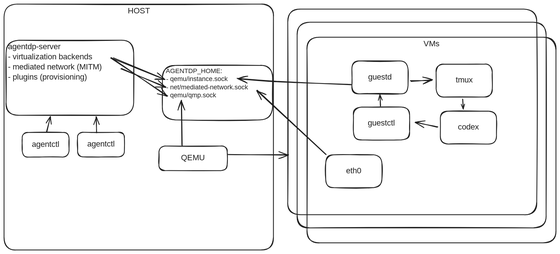
This is docs/diagram.excalidraw.svg from martinothamar/agentdp, a Excalidraw export, as it was before one commit. Source tidied: one line per element, renumbered; positions are measured from the earlier drawing's top-left corner, leaving out a move shared by most shapes. Source of this version:
```json
{"id": 0, "type": "rectangle", "strokeColor": "#1e1e1e", "strokeWidth": 2, "roughness": 1, "round": true, "x": 0, "y": 0, "width": 667, "height": 609}
{"id": 1, "type": "text", "text": "HOST", "strokeColor": "#1e1e1e", "strokeWidth": 2, "roughness": 1, "fontSize": 20, "fontFamily": 5, "textAlign": "center", "inside": 0, "x": 305, "y": 5, "width": 56, "height": 25}
{"id": 2, "type": "rectangle", "strokeColor": "#1e1e1e", "strokeWidth": 2, "roughness": 1, "round": true, "x": 702, "y": 12, "width": 616, "height": 509}
{"id": 3, "type": "rectangle", "strokeColor": "#1e1e1e", "strokeWidth": 2, "roughness": 1, "round": true, "x": 750, "y": 82, "width": 616, "height": 509}
{"id": 4, "type": "text", "text": "VMs", "strokeColor": "#1e1e1e", "strokeWidth": 2, "roughness": 1, "fontSize": 20, "fontFamily": 5, "textAlign": "center", "inside": 3, "x": 1039, "y": 87, "width": 38, "height": 25}
{"id": 5, "type": "rectangle", "strokeColor": "#1e1e1e", "strokeWidth": 2, "roughness": 1, "round": true, "x": 726, "y": 45, "width": 616, "height": 509}
{"id": 6, "type": "rectangle", "strokeColor": "#1e1e1e", "strokeWidth": 2, "roughness": 1, "round": true, "x": 45, "y": 318, "width": 116, "height": 61}
{"id": 7, "type": "text", "text": "agentctl", "strokeColor": "#1e1e1e", "strokeWidth": 2, "roughness": 1, "fontSize": 20, "fontFamily": 5, "textAlign": "center", "verticalAlign": "middle", "inside": 6, "x": 63, "y": 336, "width": 81, "height": 25}
{"id": 8, "type": "rectangle", "strokeColor": "#1e1e1e", "strokeWidth": 2, "roughness": 1, "round": true, "x": 5, "y": 90, "width": 316, "height": 186}
{"id": 9, "type": "text", "text": "agentdp-server\n- virtualization backends\n- mediated network (MITM)\n- plugins (provisioning)", "strokeColor": "#1e1e1e", "strokeWidth": 2, "roughness": 1, "fontSize": 20, "fontFamily": 5, "inside": 8, "x": 10, "y": 94, "width": 270, "height": 100}
{"id": 10, "type": "rectangle", "strokeColor": "#1e1e1e", "strokeWidth": 2, "roughness": 1, "round": true, "x": 384, "y": 352, "width": 169, "height": 61}
{"id": 11, "type": "text", "text": "QEMU", "strokeColor": "#1e1e1e", "strokeWidth": 2, "roughness": 1, "fontSize": 20, "fontFamily": 5, "textAlign": "center", "verticalAlign": "middle", "inside": 10, "x": 438, "y": 370, "width": 59, "height": 25}
{"id": 12, "type": "rectangle", "strokeColor": "#1e1e1e", "strokeWidth": 2, "roughness": 1, "round": true, "x": 392, "y": 152, "width": 273, "height": 135}
{"id": 13, "type": "text", "text": " AGENTDP_HOME:\n - qemu/instance.sock \n - net/mediated-network.sock\n - qemu/qmp.sock", "strokeColor": "#1e1e1e", "strokeWidth": 2, "roughness": 1, "fontSize": 16, "fontFamily": 5, "inside": 12, "x": 397, "y": 157, "width": 231, "height": 80}
{"id": 14, "type": "rectangle", "strokeColor": "#1e1e1e", "strokeWidth": 2, "roughness": 1, "round": true, "x": 861, "y": 141, "width": 139, "height": 81}
{"id": 15, "type": "text", "text": "guestd", "strokeColor": "#1e1e1e", "strokeWidth": 2, "roughness": 1, "fontSize": 20, "fontFamily": 5, "textAlign": "center", "verticalAlign": "middle", "inside": 14, "x": 897, "y": 169, "width": 67, "height": 25}
{"id": 16, "type": "rectangle", "strokeColor": "#1e1e1e", "strokeWidth": 2, "roughness": 1, "round": true, "x": 865, "y": 255, "width": 139, "height": 81}
{"id": 17, "type": "text", "text": "guestctl", "strokeColor": "#1e1e1e", "strokeWidth": 2, "roughness": 1, "fontSize": 20, "fontFamily": 5, "textAlign": "center", "verticalAlign": "middle", "inside": 16, "x": 894, "y": 283, "width": 80, "height": 25}
{"id": 18, "type": "rectangle", "strokeColor": "#1e1e1e", "strokeWidth": 2, "roughness": 1, "round": true, "x": 1070, "y": 149, "width": 139, "height": 81}
{"id": 19, "type": "text", "text": "tmux", "strokeColor": "#1e1e1e", "strokeWidth": 2, "roughness": 1, "fontSize": 20, "fontFamily": 5, "textAlign": "center", "verticalAlign": "middle", "inside": 18, "x": 1116, "y": 177, "width": 47, "height": 25}
{"id": 20, "type": "rectangle", "strokeColor": "#1e1e1e", "strokeWidth": 2, "roughness": 1, "round": true, "x": 1080, "y": 265, "width": 139, "height": 81}
{"id": 21, "type": "text", "text": "codex", "strokeColor": "#1e1e1e", "strokeWidth": 2, "roughness": 1, "fontSize": 20, "fontFamily": 5, "textAlign": "center", "verticalAlign": "middle", "inside": 20, "x": 1121, "y": 293, "width": 57, "height": 25}
{"id": 22, "type": "arrow", "strokeColor": "#1e1e1e", "strokeWidth": 2, "roughness": 1, "endArrowhead": "arrow", "round": true, "from": 16, "to": 14, "x": 932, "y": 253, "width": 1, "height": 28, "points": [[0, 0], [-1, -28]]}
{"id": 23, "type": "arrow", "strokeColor": "#1e1e1e", "strokeWidth": 2, "roughness": 1, "endArrowhead": "arrow", "round": true, "from": 20, "to": 16, "x": 1074, "y": 305, "width": 55, "height": 12, "points": [[0, 0], [-55, -12]]}
{"id": 24, "type": "arrow", "strokeColor": "#1e1e1e", "strokeWidth": 2, "roughness": 1, "endArrowhead": "arrow", "round": true, "from": 14, "x": 860, "y": 200, "width": 282, "height": 16, "points": [[0, 0], [-179, -8], [-282, -16]]}
{"id": 25, "type": "arrow", "strokeColor": "#1e1e1e", "strokeWidth": 2, "roughness": 1, "endArrowhead": "arrow", "round": true, "from": 33, "x": 797, "y": 372, "width": 170, "height": 158, "points": [[0, 0], [-170, -158]]}
{"id": 26, "type": "arrow", "strokeColor": "#1e1e1e", "strokeWidth": 2, "roughness": 1, "endArrowhead": "arrow", "round": true, "to": 12, "x": 270, "y": 134, "width": 128, "height": 52, "points": [[0, 0], [128, 52]]}
{"id": 27, "type": "arrow", "strokeColor": "#1e1e1e", "strokeWidth": 2, "roughness": 1, "endArrowhead": "arrow", "round": true, "from": 8, "to": 12, "x": 290, "y": 160, "width": 110, "height": 46, "points": [[0, 0], [110, 46]]}
{"id": 28, "type": "arrow", "strokeColor": "#1e1e1e", "strokeWidth": 2, "roughness": 1, "endArrowhead": "arrow", "round": true, "to": 12, "x": 265, "y": 134, "width": 140, "height": 94, "points": [[0, 0], [140, 94]]}
{"id": 29, "type": "arrow", "strokeColor": "#1e1e1e", "strokeWidth": 2, "roughness": 1, "endArrowhead": "arrow", "round": true, "from": 18, "to": 20, "x": 1135, "y": 236, "width": 2, "height": 24, "points": [[0, 0], [2, 24]]}
{"id": 30, "type": "arrow", "strokeColor": "#1e1e1e", "strokeWidth": 2, "roughness": 1, "endArrowhead": "arrow", "round": true, "from": 14, "to": 18, "x": 1006, "y": 191, "width": 53, "height": 1, "points": [[0, 0], [53, -1]]}
{"id": 31, "type": "arrow", "strokeColor": "#1e1e1e", "strokeWidth": 2, "roughness": 1, "endArrowhead": "arrow", "round": true, "from": 10, "x": 440, "y": 351, "width": 1, "height": 112, "points": [[0, 0], [-1, -112]]}
{"id": 32, "type": "arrow", "strokeColor": "#1e1e1e", "strokeWidth": 2, "roughness": 1, "endArrowhead": "arrow", "round": true, "from": 10, "to": 5, "x": 556, "y": 372, "width": 148, "height": 1, "points": [[0, 0], [148, 1]]}
{"id": 33, "type": "rectangle", "strokeColor": "#1e1e1e", "strokeWidth": 2, "roughness": 1, "round": true, "x": 796, "y": 373, "width": 139, "height": 81}
{"id": 34, "type": "text", "text": "eth0", "strokeColor": "#1e1e1e", "strokeWidth": 2, "roughness": 1, "fontSize": 20, "fontFamily": 5, "textAlign": "center", "verticalAlign": "middle", "inside": 33, "x": 843, "y": 402, "width": 46, "height": 25}
{"id": 35, "type": "arrow", "strokeColor": "#1e1e1e", "strokeWidth": 2, "roughness": 1, "endArrowhead": "arrow", "round": true, "from": 6, "to": 8, "x": 105, "y": 316, "width": 10, "height": 37, "points": [[0, 0], [10, -37]]}
{"id": 36, "type": "rectangle", "strokeColor": "#1e1e1e", "strokeWidth": 2, "roughness": 1, "round": true, "x": 182, "y": 318, "width": 116, "height": 61}
{"id": 37, "type": "text", "text": "agentctl", "strokeColor": "#1e1e1e", "strokeWidth": 2, "roughness": 1, "fontSize": 20, "fontFamily": 5, "textAlign": "center", "verticalAlign": "middle", "inside": 36, "x": 200, "y": 336, "width": 81, "height": 25}
{"id": 38, "type": "arrow", "strokeColor": "#1e1e1e", "strokeWidth": 2, "roughness": 1, "endArrowhead": "arrow", "round": true, "from": 36, "to": 8, "x": 229, "y": 319, "width": 1, "height": 40, "points": [[0, 0], [-1, -40]]}
```
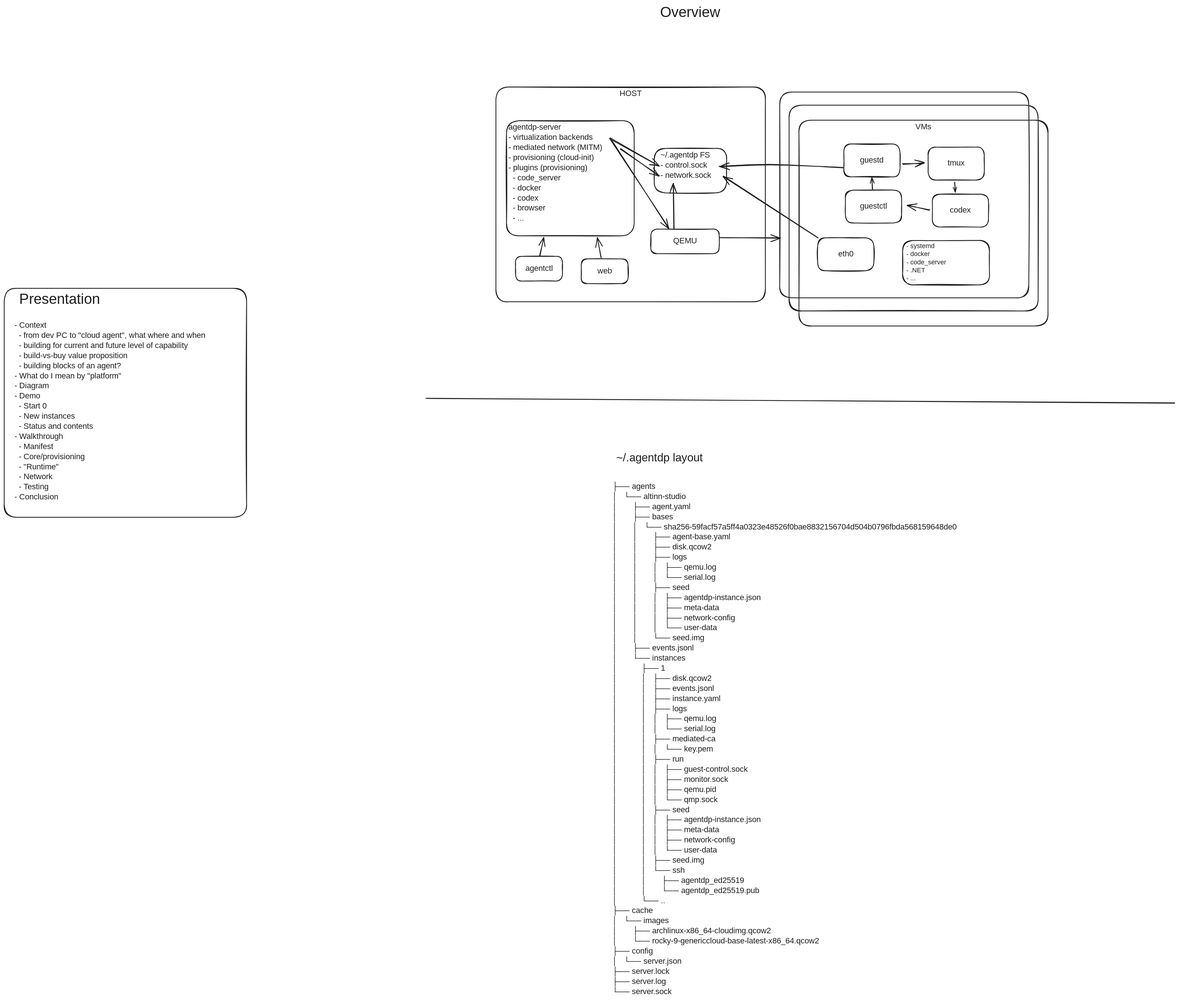
After the commit.

The edit, as a diff of the source:
```diff
@@ -1,17 +1,17 @@
-{"id": 0, "type": "rectangle", "strokeColor": "#1e1e1e", "strokeWidth": 2, "roughness": 1, "round": true, "x": 0, "y": 0, "width": 667, "height": 609}
+{"id": 0, "type": "rectangle", "strokeColor": "#1e1e1e", "strokeWidth": 2, "roughness": 1, "round": true, "x": 0, "y": 0, "width": 667, "height": 532}
 {"id": 1, "type": "text", "text": "HOST", "strokeColor": "#1e1e1e", "strokeWidth": 2, "roughness": 1, "fontSize": 20, "fontFamily": 5, "textAlign": "center", "inside": 0, "x": 305, "y": 5, "width": 56, "height": 25}
 {"id": 2, "type": "rectangle", "strokeColor": "#1e1e1e", "strokeWidth": 2, "roughness": 1, "round": true, "x": 702, "y": 12, "width": 616, "height": 509}
 {"id": 3, "type": "rectangle", "strokeColor": "#1e1e1e", "strokeWidth": 2, "roughness": 1, "round": true, "x": 750, "y": 82, "width": 616, "height": 509}
 {"id": 4, "type": "text", "text": "VMs", "strokeColor": "#1e1e1e", "strokeWidth": 2, "roughness": 1, "fontSize": 20, "fontFamily": 5, "textAlign": "center", "inside": 3, "x": 1039, "y": 87, "width": 38, "height": 25}
 {"id": 5, "type": "rectangle", "strokeColor": "#1e1e1e", "strokeWidth": 2, "roughness": 1, "round": true, "x": 726, "y": 45, "width": 616, "height": 509}
-{"id": 6, "type": "rectangle", "strokeColor": "#1e1e1e", "strokeWidth": 2, "roughness": 1, "round": true, "x": 45, "y": 318, "width": 116, "height": 61}
+{"id": 6, "type": "rectangle", "strokeColor": "#1e1e1e", "strokeWidth": 2, "roughness": 1, "round": true, "x": 49, "y": 419, "width": 116, "height": 61}
-{"id": 7, "type": "text", "text": "agentctl", "strokeColor": "#1e1e1e", "strokeWidth": 2, "roughness": 1, "fontSize": 20, "fontFamily": 5, "textAlign": "center", "verticalAlign": "middle", "inside": 6, "x": 63, "y": 336, "width": 81, "height": 25}
+{"id": 7, "type": "text", "text": "agentctl", "strokeColor": "#1e1e1e", "strokeWidth": 2, "roughness": 1, "fontSize": 20, "fontFamily": 5, "textAlign": "center", "verticalAlign": "middle", "inside": 6, "x": 66, "y": 437, "width": 81, "height": 25}
-{"id": 8, "type": "rectangle", "strokeColor": "#1e1e1e", "strokeWidth": 2, "roughness": 1, "round": true, "x": 5, "y": 90, "width": 316, "height": 186}
+{"id": 8, "type": "rectangle", "strokeColor": "#1e1e1e", "strokeWidth": 2, "roughness": 1, "round": true, "x": 26, "y": 83, "width": 316, "height": 285}
-{"id": 9, "type": "text", "text": "agentdp-server\n- virtualization backends\n- mediated network (MITM)\n- plugins (provisioning)", "strokeColor": "#1e1e1e", "strokeWidth": 2, "roughness": 1, "fontSize": 20, "fontFamily": 5, "inside": 8, "x": 10, "y": 94, "width": 270, "height": 100}
+{"id": 9, "type": "text", "text": "agentdp-server\n- virtualization backends\n- mediated network (MITM)\n- provisioning (cloud-init)\n- plugins (provisioning)\n  - code_server\n  - docker\n  - codex\n  - browser\n  - ...\n", "strokeColor": "#1e1e1e", "strokeWidth": 2, "roughness": 1, "fontSize": 20, "fontFamily": 5, "inside": 8, "x": 31, "y": 88, "width": 270, "height": 275}
 {"id": 10, "type": "rectangle", "strokeColor": "#1e1e1e", "strokeWidth": 2, "roughness": 1, "round": true, "x": 384, "y": 352, "width": 169, "height": 61}
 {"id": 11, "type": "text", "text": "QEMU", "strokeColor": "#1e1e1e", "strokeWidth": 2, "roughness": 1, "fontSize": 20, "fontFamily": 5, "textAlign": "center", "verticalAlign": "middle", "inside": 10, "x": 438, "y": 370, "width": 59, "height": 25}
-{"id": 12, "type": "rectangle", "strokeColor": "#1e1e1e", "strokeWidth": 2, "roughness": 1, "round": true, "x": 392, "y": 152, "width": 273, "height": 135}
+{"id": 12, "type": "rectangle", "strokeColor": "#1e1e1e", "strokeWidth": 2, "roughness": 1, "round": true, "x": 392, "y": 152, "width": 179, "height": 110}
-{"id": 13, "type": "text", "text": " AGENTDP_HOME:\n - qemu/instance.sock \n - net/mediated-network.sock\n - qemu/qmp.sock", "strokeColor": "#1e1e1e", "strokeWidth": 2, "roughness": 1, "fontSize": 16, "fontFamily": 5, "inside": 12, "x": 397, "y": 157, "width": 231, "height": 80}
+{"id": 13, "type": "text", "text": "  ~/.agentdp FS\n  - control.sock\n  - network.sock\n", "strokeColor": "#1e1e1e", "strokeWidth": 2, "roughness": 1, "fontSize": 20, "fontFamily": 5, "inside": 12, "x": 397, "y": 157, "width": 158, "height": 100}
 {"id": 14, "type": "rectangle", "strokeColor": "#1e1e1e", "strokeWidth": 2, "roughness": 1, "round": true, "x": 861, "y": 141, "width": 139, "height": 81}
 {"id": 15, "type": "text", "text": "guestd", "strokeColor": "#1e1e1e", "strokeWidth": 2, "roughness": 1, "fontSize": 20, "fontFamily": 5, "textAlign": "center", "verticalAlign": "middle", "inside": 14, "x": 897, "y": 169, "width": 67, "height": 25}
 {"id": 16, "type": "rectangle", "strokeColor": "#1e1e1e", "strokeWidth": 2, "roughness": 1, "round": true, "x": 865, "y": 255, "width": 139, "height": 81}
@@ -22,18 +22,27 @@
 {"id": 21, "type": "text", "text": "codex", "strokeColor": "#1e1e1e", "strokeWidth": 2, "roughness": 1, "fontSize": 20, "fontFamily": 5, "textAlign": "center", "verticalAlign": "middle", "inside": 20, "x": 1121, "y": 293, "width": 57, "height": 25}
 {"id": 22, "type": "arrow", "strokeColor": "#1e1e1e", "strokeWidth": 2, "roughness": 1, "endArrowhead": "arrow", "round": true, "from": 16, "to": 14, "x": 932, "y": 253, "width": 1, "height": 28, "points": [[0, 0], [-1, -28]]}
 {"id": 23, "type": "arrow", "strokeColor": "#1e1e1e", "strokeWidth": 2, "roughness": 1, "endArrowhead": "arrow", "round": true, "from": 20, "to": 16, "x": 1074, "y": 305, "width": 55, "height": 12, "points": [[0, 0], [-55, -12]]}
-{"id": 24, "type": "arrow", "strokeColor": "#1e1e1e", "strokeWidth": 2, "roughness": 1, "endArrowhead": "arrow", "round": true, "from": 14, "x": 860, "y": 200, "width": 282, "height": 16, "points": [[0, 0], [-179, -8], [-282, -16]]}
+{"id": 24, "type": "arrow", "strokeColor": "#1e1e1e", "strokeWidth": 2, "roughness": 1, "endArrowhead": "arrow", "round": true, "from": 14, "to": 12, "x": 860, "y": 200, "width": 307, "height": 8, "points": [[0, 0], [-179, -8], [-307, -3]]}
-{"id": 25, "type": "arrow", "strokeColor": "#1e1e1e", "strokeWidth": 2, "roughness": 1, "endArrowhead": "arrow", "round": true, "from": 33, "x": 797, "y": 372, "width": 170, "height": 158, "points": [[0, 0], [-170, -158]]}
+{"id": 25, "type": "arrow", "strokeColor": "#1e1e1e", "strokeWidth": 2, "roughness": 1, "endArrowhead": "arrow", "round": true, "from": 33, "to": 12, "x": 797, "y": 372, "width": 234, "height": 152, "points": [[0, 0], [-234, -152]]}
-{"id": 26, "type": "arrow", "strokeColor": "#1e1e1e", "strokeWidth": 2, "roughness": 1, "endArrowhead": "arrow", "round": true, "to": 12, "x": 270, "y": 134, "width": 128, "height": 52, "points": [[0, 0], [128, 52]]}
+{"id": 26, "type": "arrow", "strokeColor": "#1e1e1e", "strokeWidth": 2, "roughness": 1, "endArrowhead": "arrow", "round": true, "to": 12, "x": 283, "y": 127, "width": 120, "height": 67, "points": [[0, 0], [120, 67]]}
-{"id": 27, "type": "arrow", "strokeColor": "#1e1e1e", "strokeWidth": 2, "roughness": 1, "endArrowhead": "arrow", "round": true, "from": 8, "to": 12, "x": 290, "y": 160, "width": 110, "height": 46, "points": [[0, 0], [110, 46]]}
-{"id": 28, "type": "arrow", "strokeColor": "#1e1e1e", "strokeWidth": 2, "roughness": 1, "endArrowhead": "arrow", "round": true, "to": 12, "x": 265, "y": 134, "width": 140, "height": 94, "points": [[0, 0], [140, 94]]}
+{"id": 28, "type": "arrow", "strokeColor": "#1e1e1e", "strokeWidth": 2, "roughness": 1, "endArrowhead": "arrow", "round": true, "to": 12, "x": 309, "y": 154, "width": 96, "height": 66, "points": [[0, 0], [96, 66]]}
 {"id": 29, "type": "arrow", "strokeColor": "#1e1e1e", "strokeWidth": 2, "roughness": 1, "endArrowhead": "arrow", "round": true, "from": 18, "to": 20, "x": 1135, "y": 236, "width": 2, "height": 24, "points": [[0, 0], [2, 24]]}
 {"id": 30, "type": "arrow", "strokeColor": "#1e1e1e", "strokeWidth": 2, "roughness": 1, "endArrowhead": "arrow", "round": true, "from": 14, "to": 18, "x": 1006, "y": 191, "width": 53, "height": 1, "points": [[0, 0], [53, -1]]}
 {"id": 31, "type": "arrow", "strokeColor": "#1e1e1e", "strokeWidth": 2, "roughness": 1, "endArrowhead": "arrow", "round": true, "from": 10, "x": 440, "y": 351, "width": 1, "height": 112, "points": [[0, 0], [-1, -112]]}
 {"id": 32, "type": "arrow", "strokeColor": "#1e1e1e", "strokeWidth": 2, "roughness": 1, "endArrowhead": "arrow", "round": true, "from": 10, "to": 5, "x": 556, "y": 372, "width": 148, "height": 1, "points": [[0, 0], [148, 1]]}
 {"id": 33, "type": "rectangle", "strokeColor": "#1e1e1e", "strokeWidth": 2, "roughness": 1, "round": true, "x": 796, "y": 373, "width": 139, "height": 81}
 {"id": 34, "type": "text", "text": "eth0", "strokeColor": "#1e1e1e", "strokeWidth": 2, "roughness": 1, "fontSize": 20, "fontFamily": 5, "textAlign": "center", "verticalAlign": "middle", "inside": 33, "x": 843, "y": 402, "width": 46, "height": 25}
-{"id": 35, "type": "arrow", "strokeColor": "#1e1e1e", "strokeWidth": 2, "roughness": 1, "endArrowhead": "arrow", "round": true, "from": 6, "to": 8, "x": 105, "y": 316, "width": 10, "height": 37, "points": [[0, 0], [10, -37]]}
+{"id": 35, "type": "arrow", "strokeColor": "#1e1e1e", "strokeWidth": 2, "roughness": 1, "endArrowhead": "arrow", "round": true, "from": 6, "to": 8, "x": 108, "y": 417, "width": 11, "height": 44, "points": [[0, 0], [11, -44]]}
-{"id": 36, "type": "rectangle", "strokeColor": "#1e1e1e", "strokeWidth": 2, "roughness": 1, "round": true, "x": 182, "y": 318, "width": 116, "height": 61}
-{"id": 37, "type": "text", "text": "agentctl", "strokeColor": "#1e1e1e", "strokeWidth": 2, "roughness": 1, "fontSize": 20, "fontFamily": 5, "textAlign": "center", "verticalAlign": "middle", "inside": 36, "x": 200, "y": 336, "width": 81, "height": 25}
-{"id": 38, "type": "arrow", "strokeColor": "#1e1e1e", "strokeWidth": 2, "roughness": 1, "endArrowhead": "arrow", "round": true, "from": 36, "to": 8, "x": 229, "y": 319, "width": 1, "height": 40, "points": [[0, 0], [-1, -40]]}
+{"id": 39, "type": "text", "text": "├── agents\n│   └── altinn-studio\n│       ├── agent.yaml\n│       ├── bases\n│       │   └── sha256-59facf57a5ff4a0323e48526f0bae8832156704d504b0796fbda568159648de0\n│       │       ├── agent-base.yaml\n│       │       ├── disk.qcow2\n│       │       ├── logs\n│       │       │   ├── qemu.log\n│       │       │   └── serial.log\n│       │       ├── seed\n│       │       │   ├── agentdp-instance.json\n│       │       │   ├── meta-data\n│       │       │   ├── network-config\n│       │       │   └── user-data\n│       │       └── seed.img\n│       ├── events.jsonl\n│       └── instances\n│           ├── 1\n│           │   ├── disk.qcow2\n│           │   ├── events.jsonl\n│           │   ├── instance.yaml\n│           │   ├── logs\n│           │   │   ├── qemu.log\n│           │   │   └── serial.log\n│           │   ├── mediated-ca\n│           │   │   └── key.pem\n│           │   ├── run\n│           │   │   ├── guest-control.sock\n│           │   │   ├── monitor.sock\n│           │   │   ├── qemu.pid\n│           │   │   └── qmp.sock\n│           │   ├── seed\n│           │   │   ├── agentdp-instance.json\n│           │   │   ├── meta-data\n│           │   │   ├── network-config\n│           │   │   └── user-data\n│           │   ├── seed.img\n│           │   └── ssh\n│           │       ├── agentdp_ed25519\n│           │       └── agentdp_ed25519.pub\n│           └── ..\n├── cache\n│   └── images\n│       ├── archlinux-x86_64-cloudimg.qcow2\n│       └── rocky-9-genericcloud-base-latest-x86_64.qcow2\n├── config\n│   └── server.json\n├── server.lock\n├── server.log\n└── server.sock", "strokeColor": "#1e1e1e", "strokeWidth": 2, "roughness": 1, "fontSize": 20, "fontFamily": 5, "x": 288, "y": 977, "width": 999, "height": 1275}
+{"id": 40, "type": "text", "text": "~/.agentdp layout", "strokeColor": "#1e1e1e", "strokeWidth": 2, "roughness": 1, "fontSize": 28, "fontFamily": 5, "x": 298, "y": 902, "width": 477, "height": 35}
+{"id": 41, "type": "line", "strokeColor": "#1e1e1e", "strokeWidth": 2, "roughness": 1, "round": true, "x": -172, "y": 770, "width": 1852, "height": 12, "points": [[0, 0], [1852, 12]]}
+{"id": 42, "type": "rectangle", "strokeColor": "#1e1e1e", "strokeWidth": 2, "roughness": 1, "round": true, "x": 211, "y": 425, "width": 116, "height": 61}
+{"id": 43, "type": "text", "text": "web", "strokeColor": "#1e1e1e", "strokeWidth": 2, "roughness": 1, "fontSize": 20, "fontFamily": 5, "textAlign": "center", "verticalAlign": "middle", "inside": 42, "x": 251, "y": 443, "width": 36, "height": 25}
+{"id": 44, "type": "arrow", "strokeColor": "#1e1e1e", "strokeWidth": 2, "roughness": 1, "endArrowhead": "arrow", "round": true, "to": 10, "x": 282, "y": 127, "width": 146, "height": 222, "points": [[0, 0], [146, 222]]}
+{"id": 45, "type": "text", "text": "Overview", "strokeColor": "#1e1e1e", "strokeWidth": 2, "roughness": 1, "fontSize": 36, "fontFamily": 5, "x": 407, "y": -205, "width": 371, "height": 45}
+{"id": 46, "type": "rectangle", "strokeColor": "#1e1e1e", "strokeWidth": 2, "roughness": 1, "round": true, "x": 1007, "y": 380, "width": 215, "height": 110}
+{"id": 47, "type": "text", "text": " - systemd\n - docker\n - code_server\n - .NET\n - ...", "strokeColor": "#1e1e1e", "strokeWidth": 2, "roughness": 1, "fontSize": 16, "fontFamily": 5, "inside": 46, "x": 1012, "y": 385, "width": 113, "height": 100}
+{"id": 48, "type": "arrow", "strokeColor": "#1e1e1e", "strokeWidth": 2, "roughness": 1, "endArrowhead": "arrow", "round": true, "from": 42, "to": 8, "x": 260, "y": 422, "width": 9, "height": 49, "points": [[0, 0], [-9, -49]]}
+{"id": 49, "type": "text", "text": "Presentation", "strokeColor": "#1e1e1e", "strokeWidth": 2, "roughness": 1, "fontSize": 36, "fontFamily": 5, "x": -1180, "y": 505, "width": 381, "height": 45}
+{"id": 50, "type": "rectangle", "strokeColor": "#1e1e1e", "strokeWidth": 2, "roughness": 1, "round": true, "x": -1217, "y": 498, "width": 600, "height": 567}
+{"id": 51, "type": "text", "text": "- Context\n  - from dev PC to \"cloud agent\", what where and when\n  - building for current and future level of capability\n  - build-vs-buy value proposition\n  - building blocks of an agent?\n- What do I mean by \"platform\"\n- Diagram\n- Demo\n  - Start 0\n  - New instances\n  - Status and contents\n- Walkthrough\n  - Manifest\n  - Core/provisioning\n  - \"Runtime\"\n  - Network\n  - Testing\n- Conclusion", "strokeColor": "#1e1e1e", "strokeWidth": 2, "roughness": 1, "fontSize": 20, "fontFamily": 5, "x": -1192, "y": 578, "width": 536, "height": 450}
```
